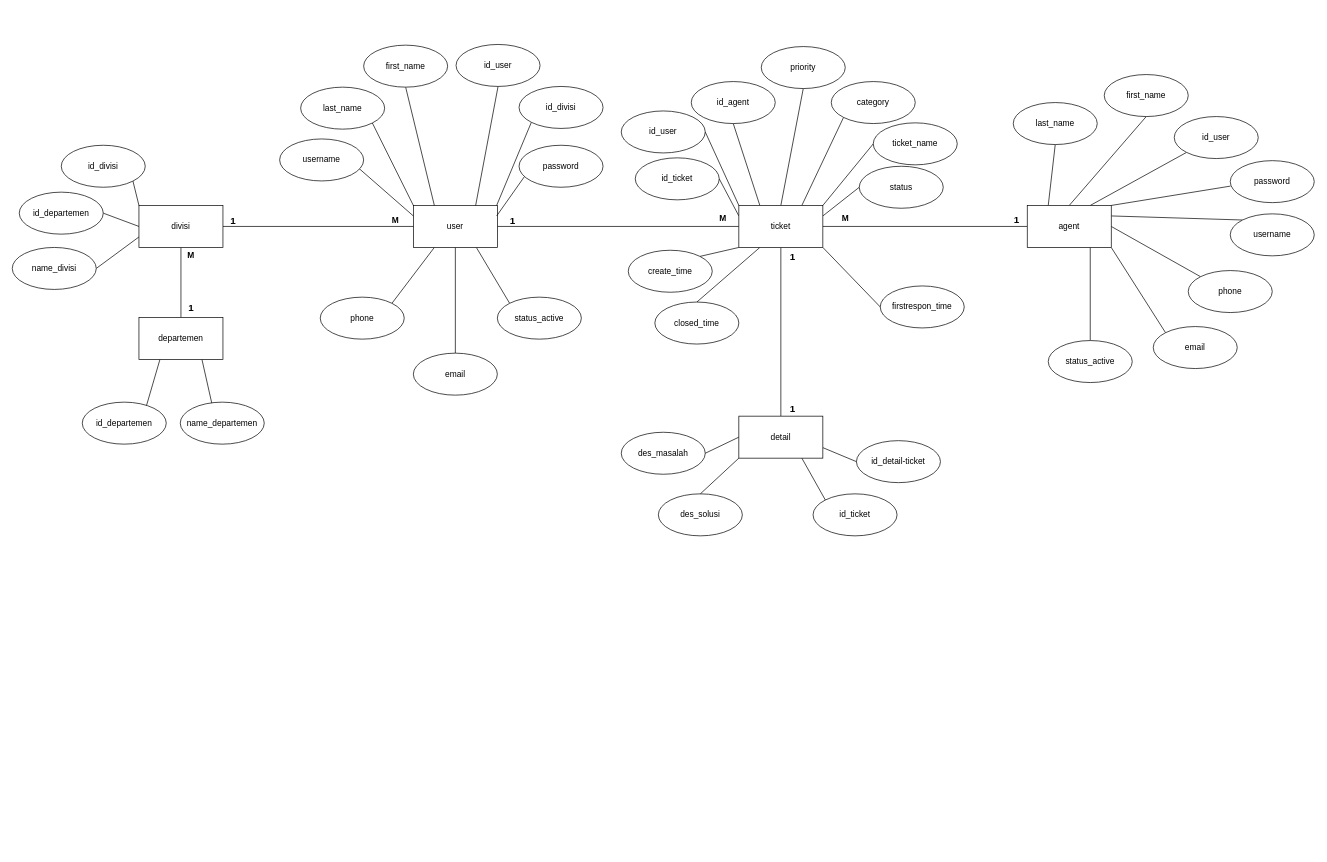
Above: skripsi-erd.drawio in raflialkindhi/graph-save (draw.io), before the change. Source tidied: cells renumbered, new cells numbered last; positions are measured from the earlier drawing's top-left corner, leaving out a move shared by most shapes. Both pictures are drawn from the tidied source at 70%, with x=0, y=0 at pixel (12, 44).
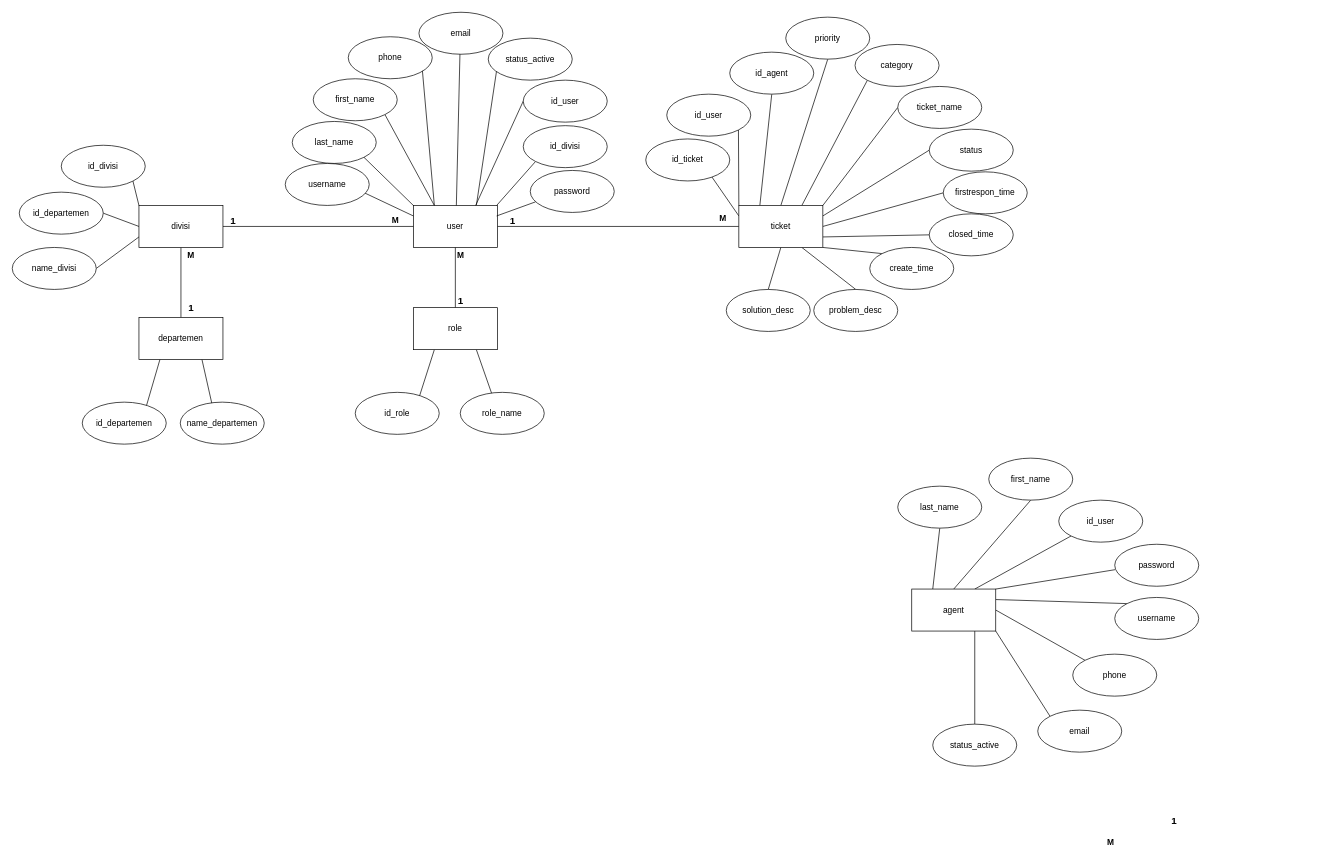
Above is the later version.

Unchanged cells that the change refers to:
```xml
<mxCell id="9" value="user" style="rounded=0;whiteSpace=wrap;html=1;" parent="1" vertex="1">
  <mxGeometry x="573" y="230" width="120" height="60" as="geometry" />
</mxCell>
<mxCell id="21" value="ticket" style="rounded=0;whiteSpace=wrap;html=1;" parent="1" vertex="1">
  <mxGeometry x="1038" y="230" width="120" height="60" as="geometry" />
</mxCell>
```

What changed in the source:
```diff
@@
-    <mxCell id="6" style="rounded=0;jettySize=auto;html=1;exitX=0.25;exitY=1;exitDx=0;exitDy=0;entryX=1;entryY=0;entryDx=0;entryDy=0;endArrow=none;endFill=0;" parent="1" edge="1" source="9" target="36">
+    <mxCell id="6" style="rounded=0;jettySize=auto;html=1;exitX=0.25;exitY=0;exitDx=0;exitDy=0;entryX=1;entryY=0;entryDx=0;entryDy=0;endArrow=none;endFill=0;" parent="1" edge="1" source="9" target="36">
       <mxGeometry relative="1" as="geometry" />
     </mxCell>
@@
-    <mxCell id="8" style="rounded=0;jettySize=auto;html=1;exitX=0.75;exitY=1;exitDx=0;exitDy=0;entryX=0;entryY=0;entryDx=0;entryDy=0;endArrow=none;endFill=0;" parent="1" edge="1" source="9" target="38">
+    <mxCell id="8" style="rounded=0;jettySize=auto;html=1;exitX=0.75;exitY=0;exitDx=0;exitDy=0;entryX=0;entryY=0;entryDx=0;entryDy=0;endArrow=none;endFill=0;" parent="1" edge="1" source="9" target="38">
       <mxGeometry relative="1" as="geometry" />
     </mxCell>
+    <mxCell id="107" style="rounded=0;jettySize=auto;html=1;exitX=0.5;exitY=1;exitDx=0;exitDy=0;entryX=0.5;entryY=0;entryDx=0;entryDy=0;endArrow=none;endFill=0;" parent="1" edge="1" source="9" target="114">
+      <mxGeometry relative="1" as="geometry" />
+    </mxCell>
@@
-    <mxCell id="10" style="rounded=0;jettySize=auto;html=1;exitX=0;exitY=0.25;exitDx=0;exitDy=0;entryX=1;entryY=0.5;entryDx=0;entryDy=0;endArrow=none;endFill=0;" parent="1" edge="1" source="21" target="77">
+    <mxCell id="10" style="rounded=0;jettySize=auto;html=1;exitX=0;exitY=0.25;exitDx=0;exitDy=0;entryX=0.787;entryY=0.904;entryDx=0;entryDy=0;endArrow=none;endFill=0;entryPerimeter=0;" parent="1" edge="1" source="21" target="77">
       <mxGeometry relative="1" as="geometry" />
     </mxCell>
-    <mxCell id="11" style="rounded=0;jettySize=auto;html=1;exitX=0;exitY=0;exitDx=0;exitDy=0;entryX=1;entryY=0.5;entryDx=0;entryDy=0;endArrow=none;endFill=0;" parent="1" edge="1" source="21" target="78">
+    <mxCell id="11" style="rounded=0;jettySize=auto;html=1;exitX=0;exitY=0;exitDx=0;exitDy=0;entryX=1;entryY=1;entryDx=0;entryDy=0;endArrow=none;endFill=0;" parent="1" edge="1" source="21" target="78">
       <mxGeometry relative="1" as="geometry" />
     </mxCell>
@@
-    <mxCell id="16" style="rounded=0;jettySize=auto;html=1;exitX=0;exitY=1;exitDx=0;exitDy=0;entryX=1;entryY=0;entryDx=0;entryDy=0;endArrow=none;endFill=0;" parent="1" edge="1" source="21" target="85">
+    <mxCell id="16" style="rounded=0;jettySize=auto;html=1;exitX=1;exitY=1;exitDx=0;exitDy=0;entryX=0;entryY=0;entryDx=0;entryDy=0;endArrow=none;endFill=0;" parent="1" edge="1" source="21" target="85">
       <mxGeometry relative="1" as="geometry" />
     </mxCell>
-    <mxCell id="17" style="rounded=0;jettySize=auto;html=1;exitX=1;exitY=1;exitDx=0;exitDy=0;entryX=0;entryY=0.5;entryDx=0;entryDy=0;endArrow=none;endFill=0;" parent="1" edge="1" source="21" target="86">
+    <mxCell id="17" style="rounded=0;jettySize=auto;html=1;exitX=1;exitY=0.5;exitDx=0;exitDy=0;entryX=0;entryY=0.5;entryDx=0;entryDy=0;endArrow=none;endFill=0;" parent="1" edge="1" source="21" target="86">
       <mxGeometry relative="1" as="geometry" />
     </mxCell>
-    <mxCell id="18" style="rounded=0;jettySize=auto;html=1;exitX=0.25;exitY=1;exitDx=0;exitDy=0;entryX=0.5;entryY=0;entryDx=0;entryDy=0;endArrow=none;endFill=0;" parent="1" edge="1" source="21" target="87">
+    <mxCell id="18" style="rounded=0;jettySize=auto;html=1;exitX=1;exitY=0.75;exitDx=0;exitDy=0;entryX=0;entryY=0.5;entryDx=0;entryDy=0;endArrow=none;endFill=0;" parent="1" edge="1" source="21" target="87">
       <mxGeometry relative="1" as="geometry" />
     </mxCell>
@@
-    <mxCell id="20" style="rounded=0;jettySize=auto;html=1;exitX=0.5;exitY=1;exitDx=0;exitDy=0;entryX=0.5;entryY=0;entryDx=0;entryDy=0;endArrow=none;endFill=0;" parent="1" edge="1" source="21" target="102">
-      <mxGeometry relative="1" as="geometry" />
-    </mxCell>
+    <mxCell id="108" style="rounded=0;jettySize=auto;html=1;exitX=0.75;exitY=1;exitDx=0;exitDy=0;entryX=0.5;entryY=0;entryDx=0;entryDy=0;endArrow=none;endFill=0;" parent="1" edge="1" source="21" target="110">
+      <mxGeometry relative="1" as="geometry" />
+    </mxCell>
+    <mxCell id="109" style="rounded=0;jettySize=auto;html=1;exitX=0.5;exitY=1;exitDx=0;exitDy=0;entryX=0.5;entryY=0;entryDx=0;entryDy=0;endArrow=none;endFill=0;" parent="1" edge="1" source="21" target="111">
+      <mxGeometry relative="1" as="geometry" />
+    </mxCell>
@@
-    <mxCell id="24" style="rounded=0;jettySize=auto;html=1;exitX=0.5;exitY=1;exitDx=0;exitDy=0;entryX=0.25;entryY=0;entryDx=0;entryDy=0;endArrow=none;endFill=0;" parent="1" edge="1" source="25" target="9">
+    <mxCell id="24" style="rounded=0;jettySize=auto;html=1;exitX=1;exitY=1;exitDx=0;exitDy=0;entryX=0.25;entryY=0;entryDx=0;entryDy=0;endArrow=none;endFill=0;" parent="1" edge="1" source="25" target="9">
       <mxGeometry relative="1" as="geometry" />
     </mxCell>
     <mxCell id="25" value="first_name" style="ellipse;whiteSpace=wrap;html=1;" parent="1" vertex="1">
-      <mxGeometry x="502" y="1" width="120" height="60" as="geometry" />
+      <mxGeometry x="430" y="49" width="120" height="60" as="geometry" />
     </mxCell>
-    <mxCell id="26" style="rounded=0;jettySize=auto;html=1;exitX=0.5;exitY=1;exitDx=0;exitDy=0;entryX=0.75;entryY=0;entryDx=0;entryDy=0;endArrow=none;endFill=0;" parent="1" edge="1" source="27">
+    <mxCell id="26" style="rounded=0;jettySize=auto;html=1;exitX=0;exitY=0.5;exitDx=0;exitDy=0;entryX=0.75;entryY=0;entryDx=0;entryDy=0;endArrow=none;endFill=0;" parent="1" edge="1" source="27">
       <mxGeometry relative="1" as="geometry">
         <mxPoint x="662" y="230" as="targetPoint" />
       </mxGeometry>
     </mxCell>
     <mxCell id="27" value="id_user" style="ellipse;whiteSpace=wrap;html=1;" parent="1" vertex="1">
-      <mxGeometry x="634" width="120" height="60" as="geometry" />
+      <mxGeometry x="730" y="51" width="120" height="60" as="geometry" />
     </mxCell>
@@
     <mxCell id="29" value="id_divisi" style="ellipse;whiteSpace=wrap;html=1;" parent="1" vertex="1">
-      <mxGeometry x="724" y="60" width="120" height="60" as="geometry" />
+      <mxGeometry x="730" y="116" width="120" height="60" as="geometry" />
     </mxCell>
@@
     <mxCell id="31" value="last_name" style="ellipse;whiteSpace=wrap;html=1;" parent="1" vertex="1">
-      <mxGeometry x="412" y="61" width="120" height="60" as="geometry" />
+      <mxGeometry x="400" y="110" width="120" height="60" as="geometry" />
     </mxCell>
@@
     <mxCell id="33" value="username" style="ellipse;whiteSpace=wrap;html=1;" parent="1" vertex="1">
-      <mxGeometry x="382" y="135" width="120" height="60" as="geometry" />
+      <mxGeometry x="390" y="170" width="120" height="60" as="geometry" />
     </mxCell>
@@
     <mxCell id="35" value="password" style="ellipse;whiteSpace=wrap;html=1;" parent="1" vertex="1">
-      <mxGeometry x="724" y="144" width="120" height="60" as="geometry" />
+      <mxGeometry x="740" y="180" width="120" height="60" as="geometry" />
     </mxCell>
     <mxCell id="36" value="phone" style="ellipse;whiteSpace=wrap;html=1;" parent="1" vertex="1">
-      <mxGeometry x="440" y="361" width="120" height="60" as="geometry" />
+      <mxGeometry x="480" y="-11" width="120" height="60" as="geometry" />
     </mxCell>
     <mxCell id="37" value="email" style="ellipse;whiteSpace=wrap;html=1;" parent="1" vertex="1">
-      <mxGeometry x="573" y="441" width="120" height="60" as="geometry" />
+      <mxGeometry x="581" y="-46" width="120" height="60" as="geometry" />
     </mxCell>
     <mxCell id="38" value="status_active" style="ellipse;whiteSpace=wrap;html=1;" parent="1" vertex="1">
-      <mxGeometry x="693" y="361" width="120" height="60" as="geometry" />
+      <mxGeometry x="680" y="-9" width="120" height="60" as="geometry" />
     </mxCell>
@@
-    <mxCell id="42" style="rounded=0;jettySize=auto;html=1;exitX=1;exitY=0.5;exitDx=0;exitDy=0;entryX=0;entryY=0.5;entryDx=0;entryDy=0;endArrow=none;endFill=0;" parent="1" edge="1" source="21" target="68">
-      <mxGeometry relative="1" as="geometry" />
-    </mxCell>
@@
     <mxCell id="68" value="agent" style="rounded=0;whiteSpace=wrap;html=1;" parent="1" vertex="1">
-      <mxGeometry x="1450" y="230" width="120" height="60" as="geometry" />
+      <mxGeometry x="1285" y="778" width="120" height="60" as="geometry" />
     </mxCell>
     <mxCell id="69" value="first_name" style="ellipse;whiteSpace=wrap;html=1;" parent="1" vertex="1">
-      <mxGeometry x="1560" y="43" width="120" height="60" as="geometry" />
+      <mxGeometry x="1395" y="591" width="120" height="60" as="geometry" />
     </mxCell>
     <mxCell id="70" value="id_user" style="ellipse;whiteSpace=wrap;html=1;" parent="1" vertex="1">
-      <mxGeometry x="1660" y="103" width="120" height="60" as="geometry" />
+      <mxGeometry x="1495" y="651" width="120" height="60" as="geometry" />
     </mxCell>
     <mxCell id="71" value="last_name" style="ellipse;whiteSpace=wrap;html=1;" parent="1" vertex="1">
-      <mxGeometry x="1430" y="83" width="120" height="60" as="geometry" />
+      <mxGeometry x="1265" y="631" width="120" height="60" as="geometry" />
     </mxCell>
     <mxCell id="72" value="username" style="ellipse;whiteSpace=wrap;html=1;" parent="1" vertex="1">
-      <mxGeometry x="1740" y="242" width="120" height="60" as="geometry" />
+      <mxGeometry x="1575" y="790" width="120" height="60" as="geometry" />
     </mxCell>
     <mxCell id="73" value="password" style="ellipse;whiteSpace=wrap;html=1;" parent="1" vertex="1">
-      <mxGeometry x="1740" y="166" width="120" height="60" as="geometry" />
+      <mxGeometry x="1575" y="714" width="120" height="60" as="geometry" />
     </mxCell>
     <mxCell id="74" value="phone" style="ellipse;whiteSpace=wrap;html=1;" parent="1" vertex="1">
-      <mxGeometry x="1680" y="323" width="120" height="60" as="geometry" />
+      <mxGeometry x="1515" y="871" width="120" height="60" as="geometry" />
     </mxCell>
     <mxCell id="75" value="email" style="ellipse;whiteSpace=wrap;html=1;" parent="1" vertex="1">
-      <mxGeometry x="1630" y="403" width="120" height="60" as="geometry" />
+      <mxGeometry x="1465" y="951" width="120" height="60" as="geometry" />
     </mxCell>
     <mxCell id="76" value="status_active" style="ellipse;whiteSpace=wrap;html=1;" parent="1" vertex="1">
-      <mxGeometry x="1480" y="423" width="120" height="60" as="geometry" />
+      <mxGeometry x="1315" y="971" width="120" height="60" as="geometry" />
     </mxCell>
     <mxCell id="77" value="id_ticket" style="ellipse;whiteSpace=wrap;html=1;" parent="1" vertex="1">
-      <mxGeometry x="890" y="162" width="120" height="60" as="geometry" />
+      <mxGeometry x="905" y="135" width="120" height="60" as="geometry" />
     </mxCell>
     <mxCell id="78" value="id_user" style="ellipse;whiteSpace=wrap;html=1;" parent="1" vertex="1">
-      <mxGeometry x="870" y="95" width="120" height="60" as="geometry" />
+      <mxGeometry x="935" y="71" width="120" height="60" as="geometry" />
     </mxCell>
     <mxCell id="79" value="id_agent" style="ellipse;whiteSpace=wrap;html=1;" parent="1" vertex="1">
-      <mxGeometry x="970" y="53" width="120" height="60" as="geometry" />
+      <mxGeometry x="1025" y="11" width="120" height="60" as="geometry" />
     </mxCell>
@@
     <mxCell id="81" value="priority" style="ellipse;whiteSpace=wrap;html=1;" parent="1" vertex="1">
-      <mxGeometry x="1070" y="3" width="120" height="60" as="geometry" />
+      <mxGeometry x="1105" y="-39" width="120" height="60" as="geometry" />
     </mxCell>
     <mxCell id="82" value="category" style="ellipse;whiteSpace=wrap;html=1;" parent="1" vertex="1">
-      <mxGeometry x="1170" y="53" width="120" height="60" as="geometry" />
+      <mxGeometry x="1204" width="120" height="60" as="geometry" />
     </mxCell>
     <mxCell id="83" value="status" style="ellipse;whiteSpace=wrap;html=1;" parent="1" vertex="1">
-      <mxGeometry x="1210" y="174" width="120" height="60" as="geometry" />
+      <mxGeometry x="1310" y="121" width="120" height="60" as="geometry" />
     </mxCell>
     <mxCell id="84" value="ticket_name" style="ellipse;whiteSpace=wrap;html=1;" parent="1" vertex="1">
-      <mxGeometry x="1230" y="112" width="120" height="60" as="geometry" />
+      <mxGeometry x="1265" y="60" width="120" height="60" as="geometry" />
     </mxCell>
     <mxCell id="85" value="create_time" style="ellipse;whiteSpace=wrap;html=1;" parent="1" vertex="1">
-      <mxGeometry x="880" y="294" width="120" height="60" as="geometry" />
+      <mxGeometry x="1225" y="290" width="120" height="60" as="geometry" />
     </mxCell>
     <mxCell id="86" value="firstrespon_time" style="ellipse;whiteSpace=wrap;html=1;" parent="1" vertex="1">
-      <mxGeometry x="1240" y="345" width="120" height="60" as="geometry" />
+      <mxGeometry x="1330" y="182" width="120" height="60" as="geometry" />
     </mxCell>
     <mxCell id="87" value="closed_time" style="ellipse;whiteSpace=wrap;html=1;" parent="1" vertex="1">
-      <mxGeometry x="918" y="368" width="120" height="60" as="geometry" />
+      <mxGeometry x="1310" y="242" width="120" height="60" as="geometry" />
     </mxCell>
@@
     <mxCell id="93" value="&lt;b&gt;&lt;font style=&quot;font-size: 14px;&quot;&gt;1&lt;/font&gt;&lt;/b&gt;" style="text;html=1;strokeColor=none;fillColor=none;align=center;verticalAlign=middle;whiteSpace=wrap;rounded=0;" parent="1" vertex="1">
-      <mxGeometry x="1420" y="240" width="30" height="20" as="geometry" />
+      <mxGeometry x="1645" y="1099" width="30" height="20" as="geometry" />
     </mxCell>
-    <mxCell id="94" value="id_ticket" style="ellipse;whiteSpace=wrap;html=1;" parent="1" vertex="1">
-      <mxGeometry x="1144" y="642" width="120" height="60" as="geometry" />
-    </mxCell>
-    <mxCell id="95" value="id_detail-ticket" style="ellipse;whiteSpace=wrap;html=1;" parent="1" vertex="1">
-      <mxGeometry x="1206" y="566" width="120" height="60" as="geometry" />
-    </mxCell>
-    <mxCell id="96" value="des_masalah" style="ellipse;whiteSpace=wrap;html=1;" parent="1" vertex="1">
-      <mxGeometry x="870" y="554" width="120" height="60" as="geometry" />
-    </mxCell>
-    <mxCell id="97" value="des_solusi" style="ellipse;whiteSpace=wrap;html=1;" parent="1" vertex="1">
-      <mxGeometry x="923" y="642" width="120" height="60" as="geometry" />
-    </mxCell>
-    <mxCell id="98" style="rounded=0;jettySize=auto;html=1;exitX=0;exitY=0.5;exitDx=0;exitDy=0;entryX=1;entryY=0.5;entryDx=0;entryDy=0;endArrow=none;endFill=0;" parent="1" edge="1" source="102" target="96">
-      <mxGeometry relative="1" as="geometry" />
-    </mxCell>
-    <mxCell id="99" style="rounded=0;jettySize=auto;html=1;exitX=0;exitY=1;exitDx=0;exitDy=0;entryX=0.5;entryY=0;entryDx=0;entryDy=0;endArrow=none;endFill=0;" parent="1" edge="1" source="102" target="97">
-      <mxGeometry relative="1" as="geometry" />
-    </mxCell>
-    <mxCell id="100" style="rounded=0;jettySize=auto;html=1;exitX=0.75;exitY=1;exitDx=0;exitDy=0;entryX=0;entryY=0;entryDx=0;entryDy=0;endArrow=none;endFill=0;" parent="1" edge="1" source="102" target="94">
-      <mxGeometry relative="1" as="geometry" />
-    </mxCell>
-    <mxCell id="101" style="rounded=0;jettySize=auto;html=1;exitX=1;exitY=0.75;exitDx=0;exitDy=0;entryX=0;entryY=0.5;entryDx=0;entryDy=0;endArrow=none;endFill=0;" parent="1" edge="1" source="102" target="95">
-      <mxGeometry relative="1" as="geometry" />
-    </mxCell>
-    <mxCell id="102" value="detail" style="rounded=0;whiteSpace=wrap;html=1;" parent="1" vertex="1">
-      <mxGeometry x="1038" y="531" width="120" height="60" as="geometry" />
-    </mxCell>
@@
     <mxCell id="104" value="&lt;b&gt;M&lt;/b&gt;" style="text;html=1;strokeColor=none;fillColor=none;align=center;verticalAlign=middle;whiteSpace=wrap;rounded=0;" parent="1" vertex="1">
-      <mxGeometry x="1175" y="238" width="31" height="22" as="geometry" />
+      <mxGeometry x="1554" y="1129" width="31" height="22" as="geometry" />
     </mxCell>
-    <mxCell id="105" value="&lt;b&gt;&lt;font style=&quot;font-size: 14px;&quot;&gt;1&lt;/font&gt;&lt;/b&gt;" style="text;html=1;strokeColor=none;fillColor=none;align=center;verticalAlign=middle;whiteSpace=wrap;rounded=0;" parent="1" vertex="1">
-      <mxGeometry x="1100" y="294" width="30" height="20" as="geometry" />
-    </mxCell>
-    <mxCell id="106" value="&lt;b&gt;&lt;font style=&quot;font-size: 14px;&quot;&gt;1&lt;/font&gt;&lt;/b&gt;" style="text;html=1;strokeColor=none;fillColor=none;align=center;verticalAlign=middle;whiteSpace=wrap;rounded=0;" parent="1" vertex="1">
-      <mxGeometry x="1100" y="511" width="30" height="20" as="geometry" />
-    </mxCell>
+    <mxCell id="110" value="problem_desc" style="ellipse;whiteSpace=wrap;html=1;" parent="1" vertex="1">
+      <mxGeometry x="1145" y="350" width="120" height="60" as="geometry" />
+    </mxCell>
+    <mxCell id="111" value="solution_desc" style="ellipse;whiteSpace=wrap;html=1;" parent="1" vertex="1">
+      <mxGeometry x="1020" y="350" width="120" height="60" as="geometry" />
+    </mxCell>
+    <mxCell id="112" style="rounded=0;jettySize=auto;html=1;exitX=0.25;exitY=1;exitDx=0;exitDy=0;entryX=0.75;entryY=0.183;entryDx=0;entryDy=0;entryPerimeter=0;endArrow=none;endFill=0;" parent="1" edge="1" source="114" target="115">
+      <mxGeometry relative="1" as="geometry" />
+    </mxCell>
+    <mxCell id="113" style="rounded=0;jettySize=auto;html=1;exitX=0.75;exitY=1;exitDx=0;exitDy=0;entryX=0.378;entryY=0.049;entryDx=0;entryDy=0;entryPerimeter=0;endArrow=none;endFill=0;" parent="1" edge="1" source="114" target="116">
+      <mxGeometry relative="1" as="geometry" />
+    </mxCell>
+    <mxCell id="114" value="role" style="rounded=0;whiteSpace=wrap;html=1;" parent="1" vertex="1">
+      <mxGeometry x="573" y="376" width="120" height="60" as="geometry" />
+    </mxCell>
+    <mxCell id="115" value="id_role" style="ellipse;whiteSpace=wrap;html=1;" parent="1" vertex="1">
+      <mxGeometry x="490" y="497" width="120" height="60" as="geometry" />
+    </mxCell>
+    <mxCell id="116" value="role_name" style="ellipse;whiteSpace=wrap;html=1;" parent="1" vertex="1">
+      <mxGeometry x="640" y="497" width="120" height="60" as="geometry" />
+    </mxCell>
+    <mxCell id="117" value="&lt;b&gt;&lt;font style=&quot;font-size: 14px;&quot;&gt;1&lt;/font&gt;&lt;/b&gt;" style="text;html=1;strokeColor=none;fillColor=none;align=center;verticalAlign=middle;whiteSpace=wrap;rounded=0;" parent="1" vertex="1">
+      <mxGeometry x="626" y="356" width="30" height="20" as="geometry" />
+    </mxCell>
+    <mxCell id="118" value="M" style="text;html=1;strokeColor=none;fillColor=none;align=center;verticalAlign=middle;whiteSpace=wrap;rounded=0;fontStyle=1;" parent="1" vertex="1">
+      <mxGeometry x="626" y="292" width="30" height="20" as="geometry" />
+    </mxCell>
```
